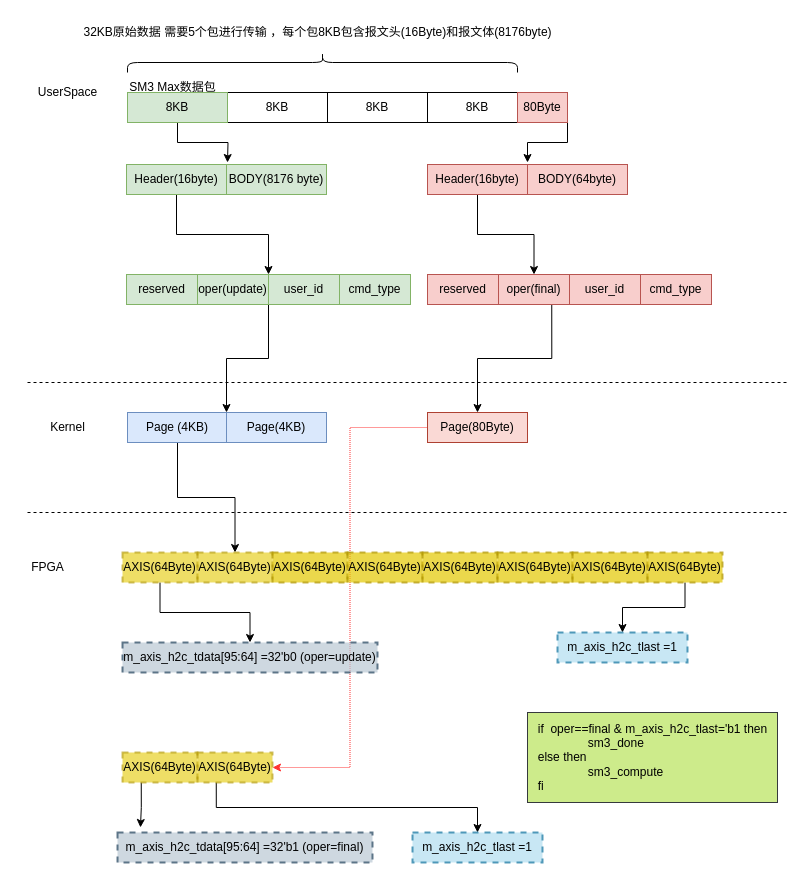
This is serica/SM3.drawio from easycody/draw.io, a draw.io file, before an edit. Source tidied: cells renumbered, new cells numbered last; positions are measured from the earlier drawing's top-left corner, leaving out a move shared by most shapes. Both pictures are drawn from the tidied source at 100%, with x=0, y=0 at pixel (17, -133).
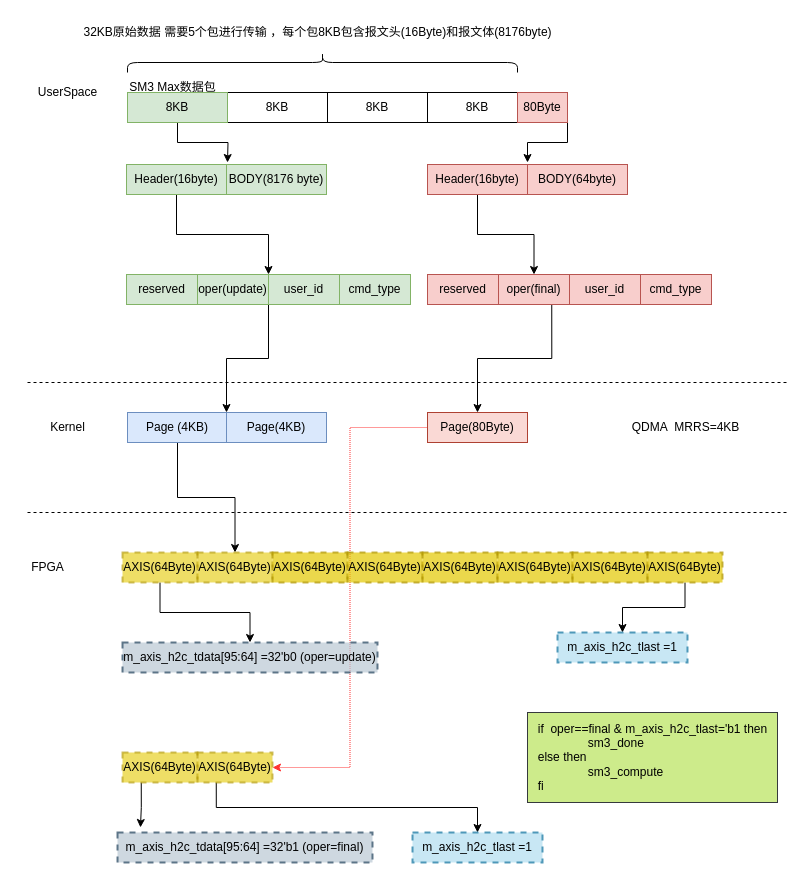
Above is the later version.

Change to the diagram source:
```diff
@@
+    <mxCell id="58" value="QDMA&amp;nbsp; MRRS=4KB" style="text;html=1;align=center;verticalAlign=middle;strokeColor=none;fillColor=none;" parent="1" vertex="1">
+      <mxGeometry x="602.5" y="545" width="130" height="30" as="geometry" />
+    </mxCell>
```
